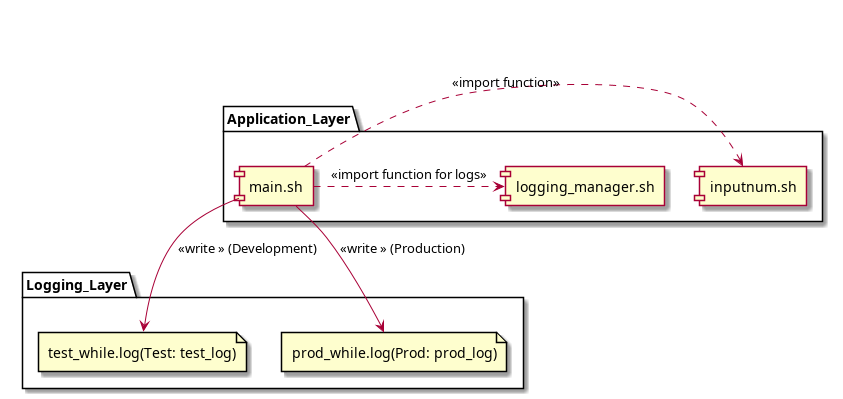
Earlier version of the PlantUML export docs/inputnum-archtecture_component.png (Jumacde/shellscript_whileloop). Its source is kept beside it as docs/inputnum-archtecture_component.puml.
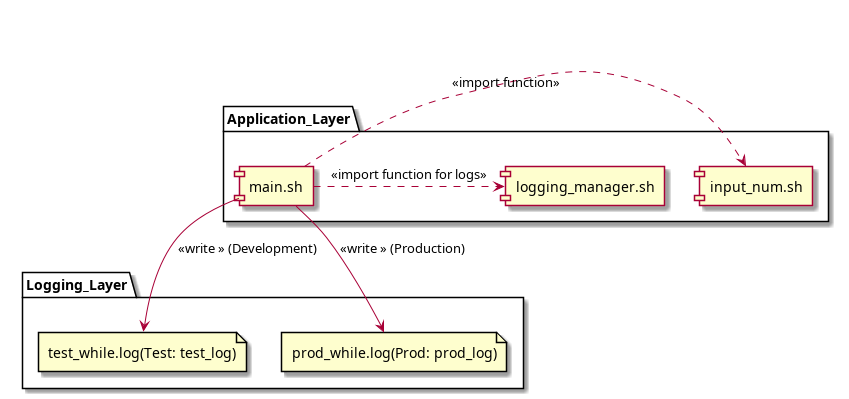
After the change.

Diff of the diagram source:
```diff
@@ -1,7 +1,7 @@
 @startuml
 package "Application_Layer" {
 	component [main.sh] as main
-	component [inputnum.sh] as inputnum
+	component [input_num.sh] as inputnum
 	component [logging_manager.sh] as logging
 	main .> inputnum : << import function >>
 	main .> logging : << import function for logs >>
```
